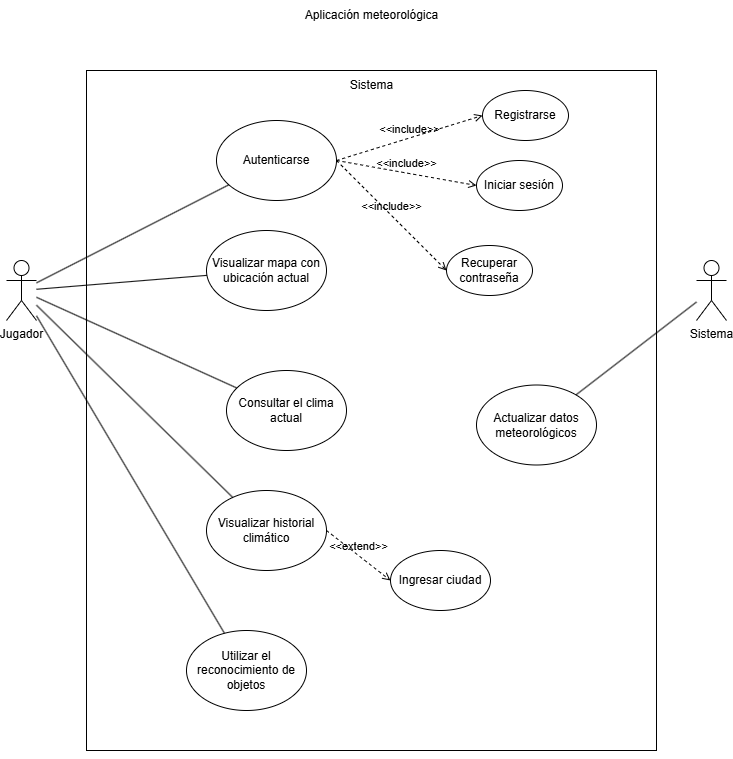
This is Documentacion/Diagrama de casos de uso.png from EduOlalde/DECProyecto2-1, a draw.io export, as it was before one commit. Source tidied: cells renumbered, new cells last; positions are measured from the earlier drawing's top-left corner, leaving out a move shared by most shapes.
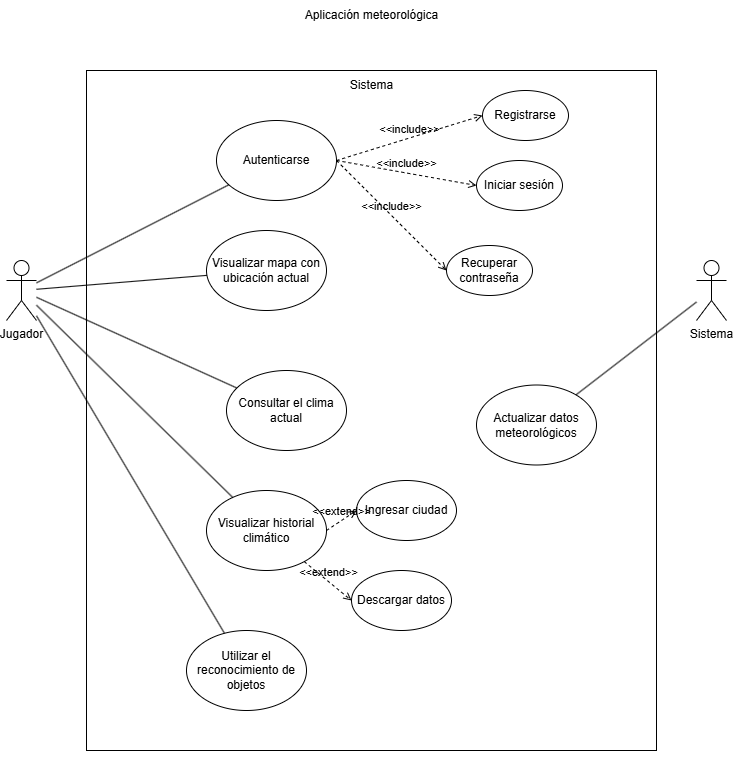
After the commit.

Commit message:
Actualización de documentación

What changed in the source:
```diff
@@ -75,10 +75,16 @@
       <mxGeometry relative="1" as="geometry" />
     </mxCell>
     <mxCell id="26" value="Ingresar ciudad" style="ellipse;whiteSpace=wrap;html=1;" parent="1" vertex="1">
-      <mxGeometry x="384" y="550" width="100" height="60" as="geometry" />
+      <mxGeometry x="350" y="480" width="100" height="60" as="geometry" />
     </mxCell>
     <mxCell id="27" value="&amp;lt;&amp;lt;extend&amp;gt;&amp;gt;" style="html=1;verticalAlign=bottom;labelBackgroundColor=none;endArrow=open;endFill=0;dashed=1;rounded=0;exitX=1;exitY=0.5;exitDx=0;exitDy=0;entryX=0;entryY=0.5;entryDx=0;entryDy=0;" parent="1" edge="1" source="10" target="26">
       <mxGeometry relative="1" as="geometry" />
     </mxCell>
+    <mxCell id="28" value="Descargar datos" style="ellipse;whiteSpace=wrap;html=1;" parent="1" vertex="1">
+      <mxGeometry x="345" y="570" width="100" height="60" as="geometry" />
+    </mxCell>
+    <mxCell id="29" value="&amp;lt;&amp;lt;extend&amp;gt;&amp;gt;" style="html=1;verticalAlign=bottom;labelBackgroundColor=none;endArrow=open;endFill=0;dashed=1;rounded=0;entryX=0;entryY=0.5;entryDx=0;entryDy=0;" parent="1" edge="1" source="10" target="28">
+      <mxGeometry relative="1" as="geometry" />
+    </mxCell>
   </root>
 </mxGraphModel>
```
